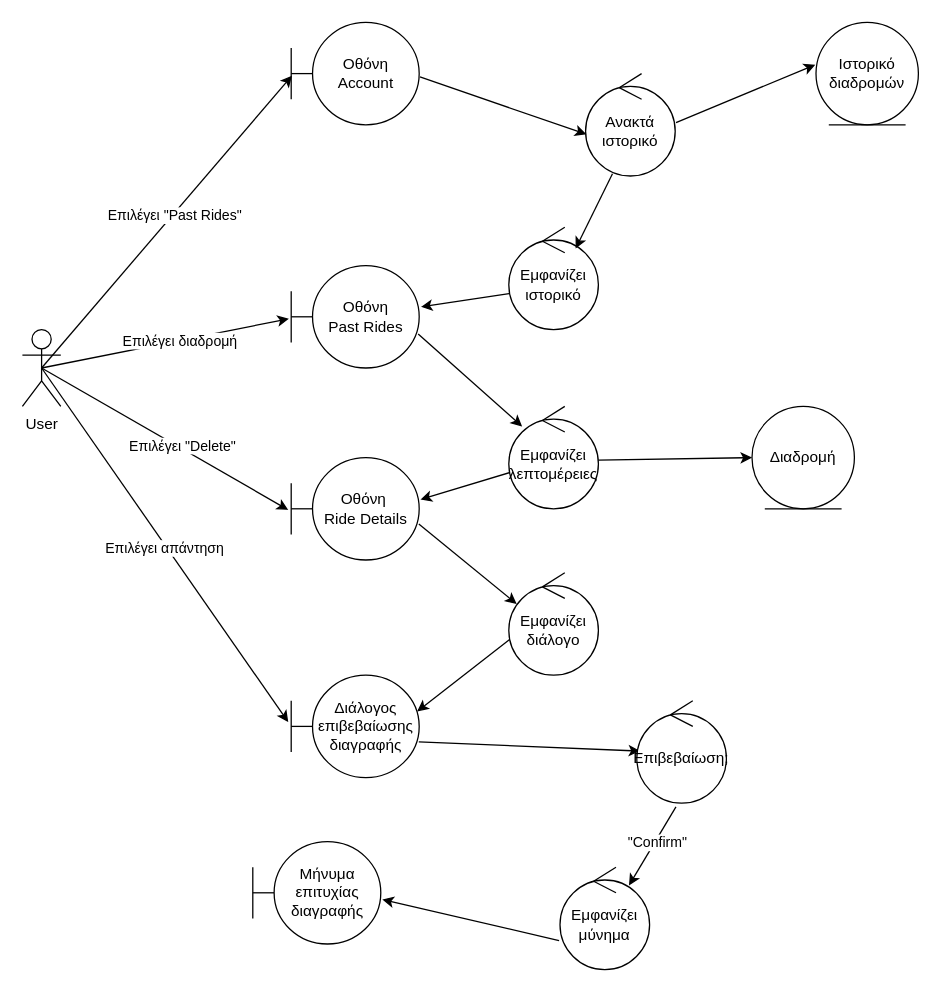
Above: reports/view-past-rides-robustness.drawio in YannisRavasopoulos/ProjectSD_S6 (draw.io), before the change. Source tidied: cells renumbered, new cells numbered last; positions are measured from the earlier drawing's top-left corner, leaving out a move shared by most shapes. Both pictures are drawn from the tidied source at 128%, with x=0, y=0 at pixel (22, 22).
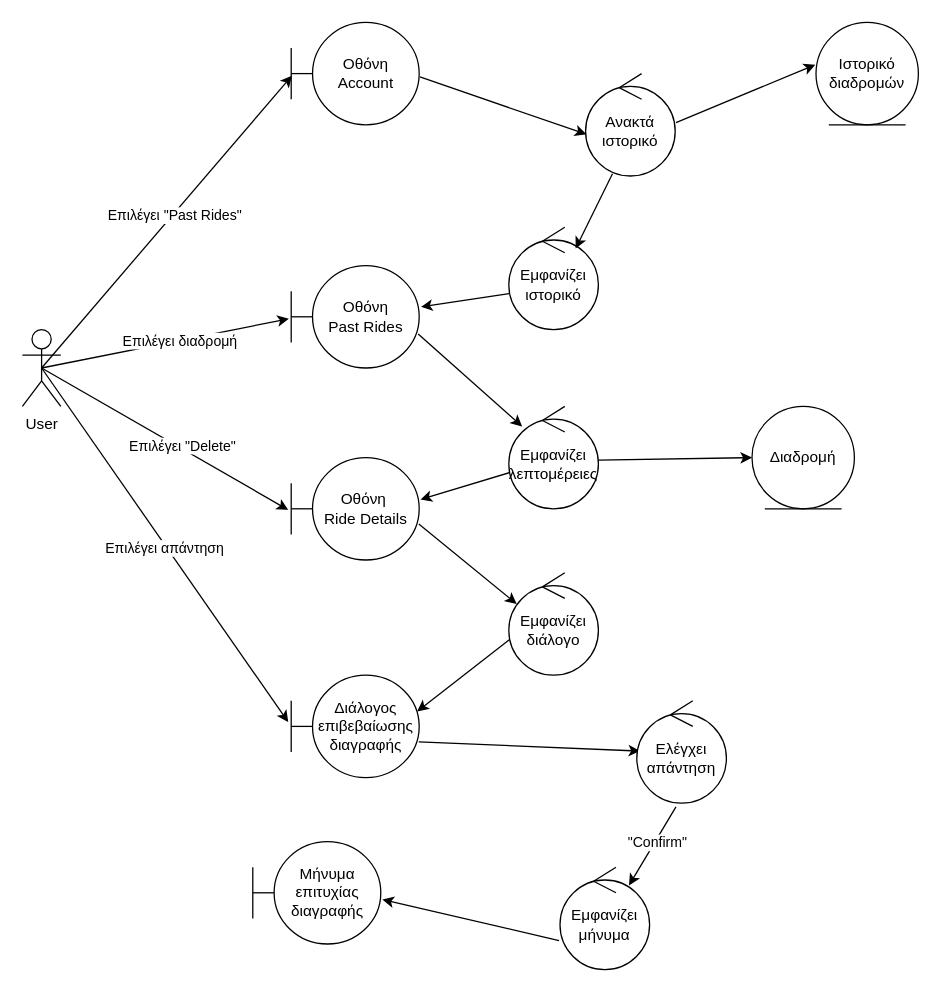
The same page after the edit.

The edit, as a diff of the source:
```diff
@@
-    <mxCell id="29" value="Επιβεβαίωση;" style="ellipse;shape=umlControl;whiteSpace=wrap;html=1;" parent="1" vertex="1">
+    <mxCell id="29" value="Ελέγχει&lt;div&gt;απάντηση&lt;/div&gt;" style="ellipse;shape=umlControl;whiteSpace=wrap;html=1;" parent="1" vertex="1">
       <mxGeometry x="480" y="530" width="70" height="80" as="geometry" />
     </mxCell>
@@
-    <mxCell id="32" value="Εμφανίζει&lt;br&gt;μύνημα" style="ellipse;shape=umlControl;whiteSpace=wrap;html=1;" parent="1" vertex="1">
+    <mxCell id="32" value="Εμφανίζει&lt;br&gt;μήνυμα" style="ellipse;shape=umlControl;whiteSpace=wrap;html=1;" parent="1" vertex="1">
       <mxGeometry x="420" y="660" width="70" height="80" as="geometry" />
     </mxCell>
```
